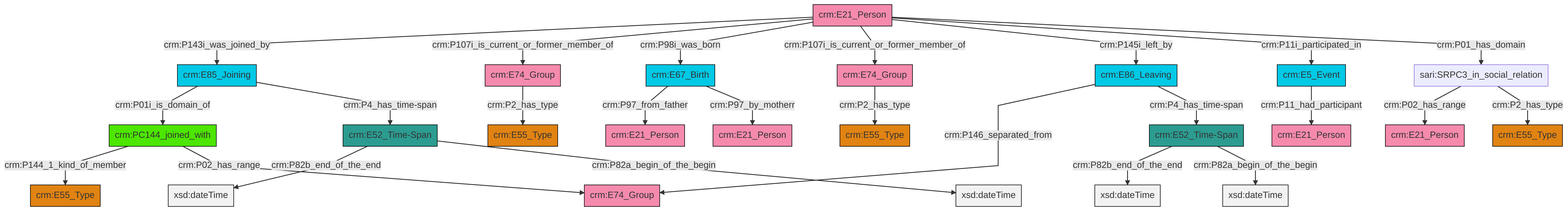
swiss-art-research-net/reference-data-models keeps this Mermaid diagram as et/personCSV/ttl/mmd/png/Person_Actor_Relations.png. Above is the earlier version. Its source is kept beside it as et/personCSV/ttl/mmd/Person_Actor_Relations.ttl.mmd.
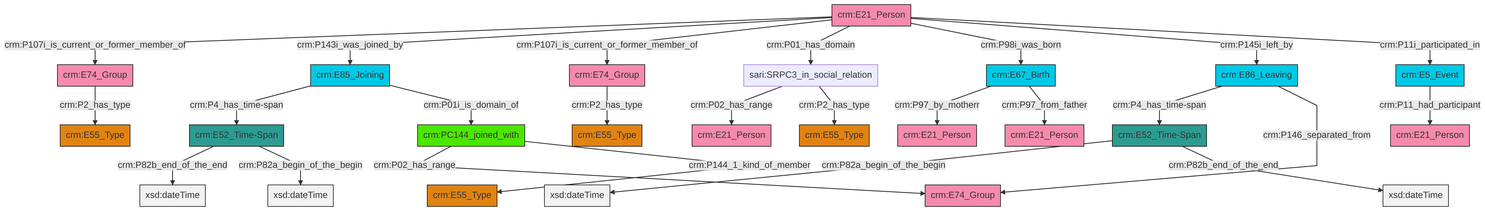
The same diagram one commit later.

Change to the diagram source:
```diff
@@ -13,27 +13,27 @@
 classDef PC_Classes fill:#4ce600, stroke:#000000;
 classDef Multi fill:#cccccc,stroke:#000000;
 
-0["crm:E74_Group"]:::Actor -->|crm:P2_has_type| 1["crm:E55_Type"]:::Type
-2["crm:E74_Group"]:::Actor -->|crm:P2_has_type| 3["crm:E55_Type"]:::Type
-5["crm:E67_Birth"]:::Temporal_Entity -->|crm:P97_from_father| 6["crm:E21_Person"]:::Actor
-7["crm:E52_Time-Span"]:::Time-Span -->|crm:P82b_end_of_the_end| 8[xsd:dateTime]:::Literal
-13["crm:E21_Person"]:::Actor -->|crm:P143i_was_joined_by| 14["crm:E85_Joining"]:::Temporal_Entity
-13["crm:E21_Person"]:::Actor -->|crm:P107i_is_current_or_former_member_of| 0["crm:E74_Group"]:::Actor
-14["crm:E85_Joining"]:::Temporal_Entity -->|crm:P01i_is_domain_of| 18["crm:PC144_joined_with"]:::PC_Classes
-15["sari:SRPC3_in_social_relation"]:::Default -->|crm:P02_has_range| 19["crm:E21_Person"]:::Actor
-14["crm:E85_Joining"]:::Temporal_Entity -->|crm:P4_has_time-span| 25["crm:E52_Time-Span"]:::Time-Span
-13["crm:E21_Person"]:::Actor -->|crm:P98i_was_born| 5["crm:E67_Birth"]:::Temporal_Entity
-18["crm:PC144_joined_with"]:::PC_Classes -->|crm:P144_1_kind_of_member| 20["crm:E55_Type"]:::Type
-13["crm:E21_Person"]:::Actor -->|crm:P107i_is_current_or_former_member_of| 2["crm:E74_Group"]:::Actor
-26["crm:E86_Leaving"]:::Temporal_Entity -->|crm:P146_separated_from| 9["crm:E74_Group"]:::Actor
-26["crm:E86_Leaving"]:::Temporal_Entity -->|crm:P4_has_time-span| 7["crm:E52_Time-Span"]:::Time-Span
-30["crm:E5_Event"]:::Temporal_Entity -->|crm:P11_had_participant| 11["crm:E21_Person"]:::Actor
-13["crm:E21_Person"]:::Actor -->|crm:P145i_left_by| 26["crm:E86_Leaving"]:::Temporal_Entity
-13["crm:E21_Person"]:::Actor -->|crm:P11i_participated_in| 30["crm:E5_Event"]:::Temporal_Entity
-13["crm:E21_Person"]:::Actor -->|crm:P01_has_domain| 15["sari:SRPC3_in_social_relation"]:::Default
-25["crm:E52_Time-Span"]:::Time-Span -->|crm:P82b_end_of_the_end| 34[xsd:dateTime]:::Literal
-15["sari:SRPC3_in_social_relation"]:::Default -->|crm:P2_has_type| 22["crm:E55_Type"]:::Type
-25["crm:E52_Time-Span"]:::Time-Span -->|crm:P82a_begin_of_the_begin| 35[xsd:dateTime]:::Literal
-7["crm:E52_Time-Span"]:::Time-Span -->|crm:P82a_begin_of_the_begin| 36[xsd:dateTime]:::Literal
-5["crm:E67_Birth"]:::Temporal_Entity -->|crm:P97_by_motherr| 41["crm:E21_Person"]:::Actor
-18["crm:PC144_joined_with"]:::PC_Classes -->|crm:P02_has_range| 9["crm:E74_Group"]:::Actor
+13["crm:E5_Event"]:::Temporal_Entity -->|crm:P11_had_participant| 14["crm:E21_Person"]:::Actor
+18["crm:E52_Time-Span"]:::Time-Span -->|crm:P82b_end_of_the_end| 19[xsd:dateTime]:::Literal
+0["crm:E52_Time-Span"]:::Time-Span -->|crm:P82a_begin_of_the_begin| 21[xsd:dateTime]:::Literal
+22["crm:E85_Joining"]:::Temporal_Entity -->|crm:P4_has_time-span| 18["crm:E52_Time-Span"]:::Time-Span
+23["crm:E86_Leaving"]:::Temporal_Entity -->|crm:P4_has_time-span| 0["crm:E52_Time-Span"]:::Time-Span
+28["sari:SRPC3_in_social_relation"]:::Default -->|crm:P02_has_range| 29["crm:E21_Person"]:::Actor
+8["crm:E74_Group"]:::Actor -->|crm:P2_has_type| 4["crm:E55_Type"]:::Type
+32["crm:E21_Person"]:::Actor -->|crm:P107i_is_current_or_former_member_of| 33["crm:E74_Group"]:::Actor
+6["crm:E67_Birth"]:::Temporal_Entity -->|crm:P97_by_motherr| 30["crm:E21_Person"]:::Actor
+37["crm:PC144_joined_with"]:::PC_Classes -->|crm:P02_has_range| 25["crm:E74_Group"]:::Actor
+33["crm:E74_Group"]:::Actor -->|crm:P2_has_type| 2["crm:E55_Type"]:::Type
+22["crm:E85_Joining"]:::Temporal_Entity -->|crm:P01i_is_domain_of| 37["crm:PC144_joined_with"]:::PC_Classes
+0["crm:E52_Time-Span"]:::Time-Span -->|crm:P82b_end_of_the_end| 40[xsd:dateTime]:::Literal
+32["crm:E21_Person"]:::Actor -->|crm:P143i_was_joined_by| 22["crm:E85_Joining"]:::Temporal_Entity
+37["crm:PC144_joined_with"]:::PC_Classes -->|crm:P144_1_kind_of_member| 10["crm:E55_Type"]:::Type
+32["crm:E21_Person"]:::Actor -->|crm:P107i_is_current_or_former_member_of| 8["crm:E74_Group"]:::Actor
+32["crm:E21_Person"]:::Actor -->|crm:P01_has_domain| 28["sari:SRPC3_in_social_relation"]:::Default
+23["crm:E86_Leaving"]:::Temporal_Entity -->|crm:P146_separated_from| 25["crm:E74_Group"]:::Actor
+18["crm:E52_Time-Span"]:::Time-Span -->|crm:P82a_begin_of_the_begin| 45[xsd:dateTime]:::Literal
+32["crm:E21_Person"]:::Actor -->|crm:P98i_was_born| 6["crm:E67_Birth"]:::Temporal_Entity
+28["sari:SRPC3_in_social_relation"]:::Default -->|crm:P2_has_type| 35["crm:E55_Type"]:::Type
+6["crm:E67_Birth"]:::Temporal_Entity -->|crm:P97_from_father| 16["crm:E21_Person"]:::Actor
+32["crm:E21_Person"]:::Actor -->|crm:P145i_left_by| 23["crm:E86_Leaving"]:::Temporal_Entity
+32["crm:E21_Person"]:::Actor -->|crm:P11i_participated_in| 13["crm:E5_Event"]:::Temporal_Entity
```
